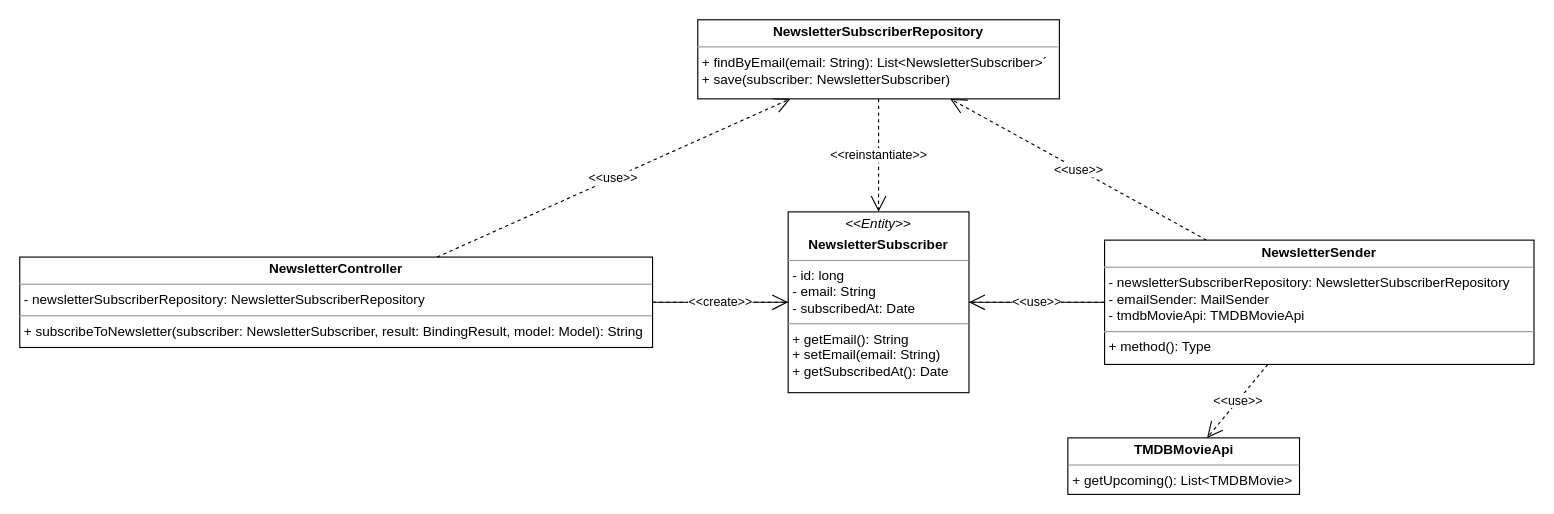
Chrish0r/movie-rator-project keeps this draw.io diagram as page "Newsletter" (2 of 4) of docs/class-diagrams.drawio. Above is the earlier version. Source tidied: cells renumbered, new cells numbered last; positions are measured from the earlier drawing's top-left corner, leaving out a move shared by most shapes. Both pictures are drawn from the tidied source at 113%, with x=0, y=0 at pixel (19, 19).
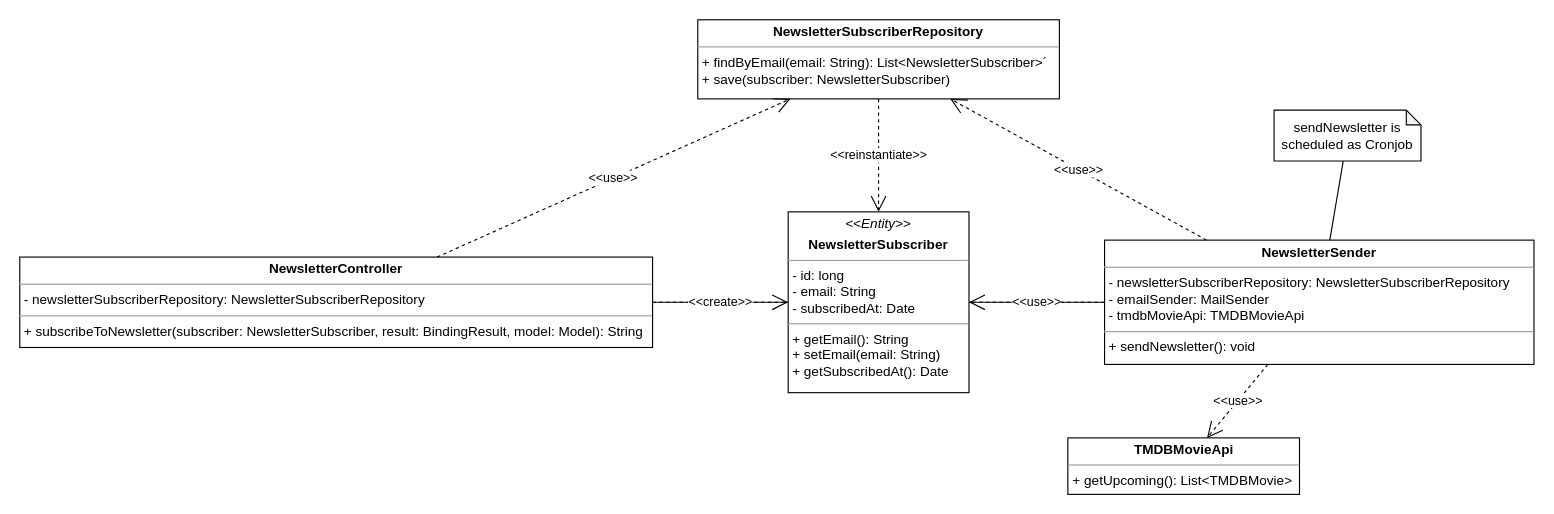
The same diagram, later.

Change to the diagram source:
```diff
@@
 <mxGraphModel>
   <root>
     <mxCell id="0" />
     <mxCell id="1" parent="0" />
     <mxCell id="2" value="&lt;p style=&quot;margin:0px;margin-top:4px;text-align:center;&quot;&gt;&lt;i style=&quot;&quot;&gt;&amp;lt;&amp;lt;Entity&amp;gt;&amp;gt;&lt;/i&gt;&lt;/p&gt;&lt;p style=&quot;margin:0px;margin-top:4px;text-align:center;&quot;&gt;&lt;b&gt;NewsletterSubscriber&lt;/b&gt;&lt;/p&gt;&lt;hr size=&quot;1&quot;&gt;&lt;p style=&quot;margin:0px;margin-left:4px;&quot;&gt;- id: long&lt;/p&gt;&lt;p style=&quot;margin:0px;margin-left:4px;&quot;&gt;- email: String&lt;/p&gt;&lt;p style=&quot;margin:0px;margin-left:4px;&quot;&gt;- subscribedAt: Date&lt;/p&gt;&lt;hr size=&quot;1&quot;&gt;&lt;p style=&quot;margin:0px;margin-left:4px;&quot;&gt;+ getEmail(): String&lt;/p&gt;&lt;p style=&quot;margin:0px;margin-left:4px;&quot;&gt;+ setEmail(email: String)&lt;/p&gt;&lt;p style=&quot;margin:0px;margin-left:4px;&quot;&gt;+ getSubscribedAt(): Date&lt;/p&gt;" style="verticalAlign=top;align=left;overflow=fill;fontSize=12;fontFamily=Helvetica;html=1;" parent="1" vertex="1">
       <mxGeometry x="680" y="170" width="160" height="160" as="geometry" />
     </mxCell>
     <mxCell id="3" style="edgeStyle=orthogonalEdgeStyle;rounded=0;jettySize=auto;html=1;startArrow=none;startFill=0;endArrow=none;endFill=0;" parent="1" edge="1" source="4" target="2">
       <mxGeometry relative="1" as="geometry" />
     </mxCell>
     <mxCell id="4" value="&lt;p style=&quot;margin:0px;margin-top:4px;text-align:center;&quot;&gt;&lt;b&gt;NewsletterController&lt;/b&gt;&lt;/p&gt;&lt;hr size=&quot;1&quot;&gt;&lt;p style=&quot;margin:0px;margin-left:4px;&quot;&gt;- newsletterSubscriberRepository: NewsletterSubscriberRepository&lt;/p&gt;&lt;hr size=&quot;1&quot;&gt;&lt;p style=&quot;margin:0px;margin-left:4px;&quot;&gt;+ subscribeToNewsletter(subscriber: NewsletterSubscriber, result: BindingResult, model: Model): String&lt;/p&gt;" style="verticalAlign=top;align=left;overflow=fill;fontSize=12;fontFamily=Helvetica;html=1;" parent="1" vertex="1">
       <mxGeometry y="210" width="560" height="80" as="geometry" />
     </mxCell>
     <mxCell id="5" value="&lt;p style=&quot;margin:0px;margin-top:4px;text-align:center;&quot;&gt;&lt;b&gt;NewsletterSubscriberRepository&lt;/b&gt;&lt;/p&gt;&lt;hr size=&quot;1&quot;&gt;&lt;p style=&quot;margin:0px;margin-left:4px;&quot;&gt;+ findByEmail(email: String): List&amp;lt;NewsletterSubscriber&amp;gt;´&lt;/p&gt;&lt;p style=&quot;margin:0px;margin-left:4px;&quot;&gt;+ save(subscriber: NewsletterSubscriber)&lt;/p&gt;" style="verticalAlign=top;align=left;overflow=fill;fontSize=12;fontFamily=Helvetica;html=1;" parent="1" vertex="1">
       <mxGeometry x="600" width="320" height="70" as="geometry" />
     </mxCell>
     <mxCell id="6" value="&amp;lt;&amp;lt;use&amp;gt;&amp;gt;" style="endArrow=open;endSize=12;dashed=1;html=1;rounded=0;" parent="1" edge="1" source="4" target="5">
       <mxGeometry relative="1" as="geometry" />
     </mxCell>
     <mxCell id="7" value="&amp;lt;&amp;lt;reinstantiate&amp;gt;&amp;gt;" style="endArrow=open;endSize=12;dashed=1;html=1;rounded=0;" parent="1" edge="1" source="5" target="2">
       <mxGeometry relative="1" as="geometry" />
     </mxCell>
     <mxCell id="8" style="edgeStyle=orthogonalEdgeStyle;rounded=0;jettySize=auto;html=1;startArrow=none;startFill=0;endArrow=none;endFill=0;" parent="1" edge="1" source="9" target="2">
       <mxGeometry relative="1" as="geometry" />
     </mxCell>
-    <mxCell id="9" value="&lt;p style=&quot;margin:0px;margin-top:4px;text-align:center;&quot;&gt;&lt;b&gt;NewsletterSender&lt;/b&gt;&lt;/p&gt;&lt;hr size=&quot;1&quot;&gt;&lt;p style=&quot;margin:0px;margin-left:4px;&quot;&gt;- newsletterSubscriberRepository: NewsletterSubscriberRepository&lt;br&gt;&lt;/p&gt;&lt;p style=&quot;margin:0px;margin-left:4px;&quot;&gt;- emailSender: MailSender&lt;/p&gt;&lt;p style=&quot;margin:0px;margin-left:4px;&quot;&gt;- tmdbMovieApi: TMDBMovieApi&lt;/p&gt;&lt;hr size=&quot;1&quot;&gt;&lt;p style=&quot;margin:0px;margin-left:4px;&quot;&gt;+ method(): Type&lt;/p&gt;" style="verticalAlign=top;align=left;overflow=fill;fontSize=12;fontFamily=Helvetica;html=1;" parent="1" vertex="1">
+    <mxCell id="9" value="&lt;p style=&quot;margin:0px;margin-top:4px;text-align:center;&quot;&gt;&lt;b&gt;NewsletterSender&lt;/b&gt;&lt;/p&gt;&lt;hr size=&quot;1&quot;&gt;&lt;p style=&quot;margin:0px;margin-left:4px;&quot;&gt;- newsletterSubscriberRepository: NewsletterSubscriberRepository&lt;br&gt;&lt;/p&gt;&lt;p style=&quot;margin:0px;margin-left:4px;&quot;&gt;- emailSender: MailSender&lt;/p&gt;&lt;p style=&quot;margin:0px;margin-left:4px;&quot;&gt;- tmdbMovieApi: TMDBMovieApi&lt;/p&gt;&lt;hr size=&quot;1&quot;&gt;&lt;p style=&quot;margin:0px;margin-left:4px;&quot;&gt;+ sendNewsletter(): void&lt;/p&gt;" style="verticalAlign=top;align=left;overflow=fill;fontSize=12;fontFamily=Helvetica;html=1;" parent="1" vertex="1">
       <mxGeometry x="960" y="195" width="380" height="110" as="geometry" />
     </mxCell>
     <mxCell id="10" value="&lt;p style=&quot;margin:0px;margin-top:4px;text-align:center;&quot;&gt;&lt;b&gt;TMDBMovieApi&lt;/b&gt;&lt;/p&gt;&lt;hr size=&quot;1&quot;&gt;&lt;p style=&quot;margin:0px;margin-left:4px;&quot;&gt;+ getUpcoming(): List&amp;lt;TMDBMovie&amp;gt;&lt;/p&gt;" style="verticalAlign=top;align=left;overflow=fill;fontSize=12;fontFamily=Helvetica;html=1;" parent="1" vertex="1">
       <mxGeometry x="927.5" y="370" width="205" height="50" as="geometry" />
     </mxCell>
     <mxCell id="11" value="&amp;lt;&amp;lt;use&amp;gt;&amp;gt;" style="endArrow=open;endSize=12;dashed=1;html=1;rounded=0;" parent="1" edge="1" source="9" target="5">
       <mxGeometry relative="1" as="geometry" />
     </mxCell>
     <mxCell id="12" value="&amp;lt;&amp;lt;use&amp;gt;&amp;gt;" style="endArrow=open;endSize=12;dashed=1;html=1;rounded=0;" parent="1" edge="1" source="9" target="10">
       <mxGeometry relative="1" as="geometry" />
     </mxCell>
     <mxCell id="13" value="&amp;lt;&amp;lt;use&amp;gt;&amp;gt;" style="endArrow=open;endSize=12;dashed=1;html=1;rounded=0;" parent="1" edge="1" source="9" target="2">
       <mxGeometry relative="1" as="geometry" />
     </mxCell>
     <mxCell id="14" value="&amp;lt;&amp;lt;create&amp;gt;&amp;gt;" style="endArrow=open;endSize=12;dashed=1;html=1;rounded=0;" parent="1" edge="1" source="4" target="2">
       <mxGeometry relative="1" as="geometry" />
     </mxCell>
+    <mxCell id="15" style="rounded=0;jettySize=auto;html=1;endArrow=none;endFill=0;" parent="1" edge="1" source="16" target="9">
+      <mxGeometry relative="1" as="geometry" />
+    </mxCell>
+    <mxCell id="16" value="sendNewsletter is scheduled as Cronjob" style="shape=note;whiteSpace=wrap;html=1;backgroundOutline=1;darkOpacity=0.05;size=13;" parent="1" vertex="1">
+      <mxGeometry x="1110" y="80" width="130" height="45" as="geometry" />
+    </mxCell>
   </root>
 </mxGraphModel>
```
